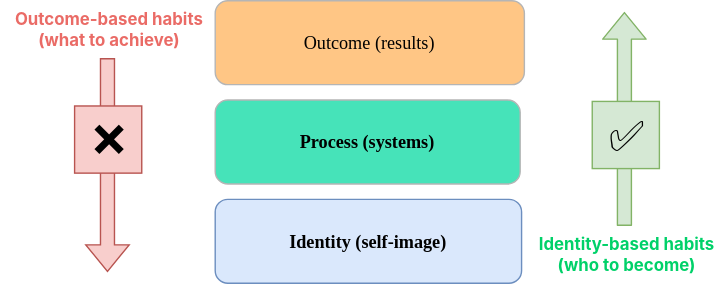
Before: Atomic_Habits/Layers_of_Behavioural_Change.drawio.svg, a diagram exported from draw.io (datkumar/my-diagrams). Source tidied: cells renumbered, new cells last; positions are measured from the earlier drawing's top-left corner, leaving out a move shared by most shapes.
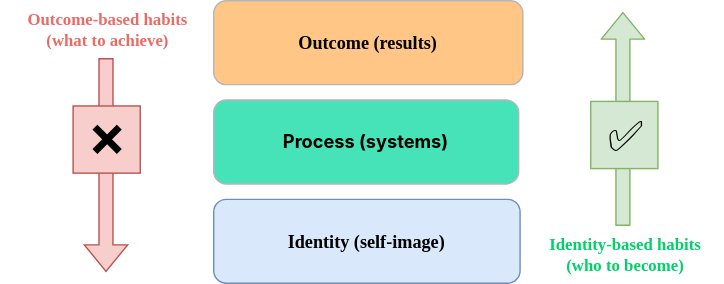
Later version of the same file.

Change to the diagram source:
```diff
@@ -2,10 +2,10 @@
   <root>
     <mxCell id="0" />
     <mxCell id="1" parent="0" />
-    <mxCell id="2" value="&lt;p style=&quot;font-size: 13px;&quot;&gt;&lt;font face=&quot;Rubik&quot;&gt;&lt;span style=&quot;font-weight: normal;&quot;&gt;Outcome (results)&lt;/span&gt;&lt;/font&gt;&lt;br style=&quot;font-size: 13px;&quot;&gt;&lt;/p&gt;" style="rounded=1;whiteSpace=wrap;html=1;arcSize=15;strokeColor=#B5B5B5;fontFamily=Poppins;fontColor=#000000;labelBackgroundColor=none;labelBorderColor=none;fillColor=#FFC685;fontSource=https%3A%2F%2Ffonts.googleapis.com%2Fcss%3Ffamily%3DPoppins;fontSize=13;fontStyle=1;" parent="1" vertex="1">
+    <mxCell id="2" value="&lt;p style=&quot;font-size: 13px;&quot;&gt;&lt;font&gt;Outcome (results)&lt;/font&gt;&lt;br style=&quot;font-size: 13px;&quot;&gt;&lt;/p&gt;" style="rounded=1;whiteSpace=wrap;html=1;arcSize=15;strokeColor=#B5B5B5;fontFamily=Poppins;fontColor=#000000;labelBackgroundColor=none;labelBorderColor=none;fillColor=#FFC685;fontSource=https%3A%2F%2Ffonts.googleapis.com%2Fcss%3Ffamily%3DPoppins;fontSize=13;fontStyle=1;" parent="1" vertex="1">
       <mxGeometry x="153" width="221" height="60" as="geometry" />
     </mxCell>
-    <mxCell id="3" value="&lt;p style=&quot;font-size: 13px;&quot;&gt;&lt;font face=&quot;Rubik&quot;&gt;Process (systems)&lt;br style=&quot;font-size: 13px;&quot;&gt;&lt;/font&gt;&lt;/p&gt;" style="rounded=1;whiteSpace=wrap;html=1;arcSize=15;strokeColor=#B5B5B5;fontFamily=Poppins;fontColor=#000000;labelBackgroundColor=none;labelBorderColor=none;fillColor=#46E3B9;fontSource=https%3A%2F%2Ffonts.googleapis.com%2Fcss%3Ffamily%3DPoppins;fontSize=13;fontStyle=1;" parent="1" vertex="1">
+    <mxCell id="3" value="&lt;p style=&quot;font-size: 13px;&quot;&gt;&lt;font face=&quot;Inter&quot;&gt;Process (systems)&lt;br style=&quot;font-size: 13px;&quot;&gt;&lt;/font&gt;&lt;/p&gt;" style="rounded=1;whiteSpace=wrap;html=1;arcSize=15;strokeColor=#B5B5B5;fontFamily=Poppins;fontColor=#000000;labelBackgroundColor=none;labelBorderColor=none;fillColor=#46E3B9;fontSource=https%3A%2F%2Ffonts.googleapis.com%2Fcss%3Ffamily%3DPoppins;fontSize=13;fontStyle=1;" parent="1" vertex="1">
       <mxGeometry x="153" y="71" width="218" height="60" as="geometry" />
     </mxCell>
     <mxCell id="4" value="&lt;p style=&quot;font-size: 13px;&quot;&gt;&lt;font face=&quot;Rubik&quot;&gt;Identity (self-image)&lt;/font&gt;&lt;br style=&quot;font-size: 13px;&quot;&gt;&lt;/p&gt;" style="rounded=1;whiteSpace=wrap;html=1;arcSize=15;strokeColor=#6c8ebf;fontFamily=Poppins;labelBackgroundColor=none;labelBorderColor=none;fillColor=#dae8fc;fontSource=https%3A%2F%2Ffonts.googleapis.com%2Fcss%3Ffamily%3DPoppins;fontSize=13;fontStyle=1;" parent="1" vertex="1">
@@ -29,11 +29,11 @@
     <mxCell id="8" value="✅" style="text;html=1;align=center;verticalAlign=middle;strokeColor=#82b366;fillColor=#d5e8d4;fontSize=30;fontFamily=Poppins;fontSource=https%3A%2F%2Ffonts.googleapis.com%2Fcss%3Ffamily%3DPoppins;" parent="1" vertex="1">
       <mxGeometry x="422.5" y="72" width="48" height="48" as="geometry" />
     </mxCell>
-    <mxCell id="9" value="&lt;div&gt;Identity-based habits&lt;/div&gt;&lt;div&gt;(who to become)&lt;br&gt;&lt;/div&gt;" style="text;html=1;align=center;verticalAlign=middle;strokeColor=none;fillColor=none;fontFamily=Inter;fontColor=#00D169;fontStyle=1;fontSource=https%3A%2F%2Ffonts.googleapis.com%2Fcss%3Ffamily%3DInter;" parent="1" vertex="1">
-      <mxGeometry x="374" y="161" width="145" height="41" as="geometry" />
+    <mxCell id="9" value="&lt;div&gt;Identity-based habits&lt;/div&gt;&lt;div&gt;(who to become)&lt;br&gt;&lt;/div&gt;" style="text;html=1;align=center;verticalAlign=middle;strokeColor=none;fillColor=none;fontFamily=Rubik;fontColor=#00D169;fontStyle=1;fontSource=https%3A%2F%2Ffonts.googleapis.com%2Fcss%3Ffamily%3DRubik;" parent="1" vertex="1">
+      <mxGeometry x="375" y="161" width="143" height="41" as="geometry" />
     </mxCell>
-    <mxCell id="10" value="&lt;div&gt;Outcome-based habits&lt;/div&gt;&lt;div&gt;(what to achieve)&lt;br&gt;&lt;/div&gt;" style="text;html=1;align=center;verticalAlign=middle;strokeColor=none;fillColor=none;fontFamily=Inter;fontColor=#EA6B66;fontStyle=1;fontSource=https%3A%2F%2Ffonts.googleapis.com%2Fcss%3Ffamily%3DInter;" parent="1" vertex="1">
-      <mxGeometry width="153" height="41" as="geometry" />
+    <mxCell id="10" value="&lt;div&gt;Outcome-based habits&lt;/div&gt;&lt;div&gt;(what to achieve)&lt;br&gt;&lt;/div&gt;" style="text;html=1;align=center;verticalAlign=middle;strokeColor=none;fillColor=none;fontFamily=Rubik;fontColor=#EA6B66;fontStyle=1;fontSource=https%3A%2F%2Ffonts.googleapis.com%2Fcss%3Ffamily%3DRubik;" parent="1" vertex="1">
+      <mxGeometry x="1" width="151" height="41" as="geometry" />
     </mxCell>
   </root>
 </mxGraphModel>
```
